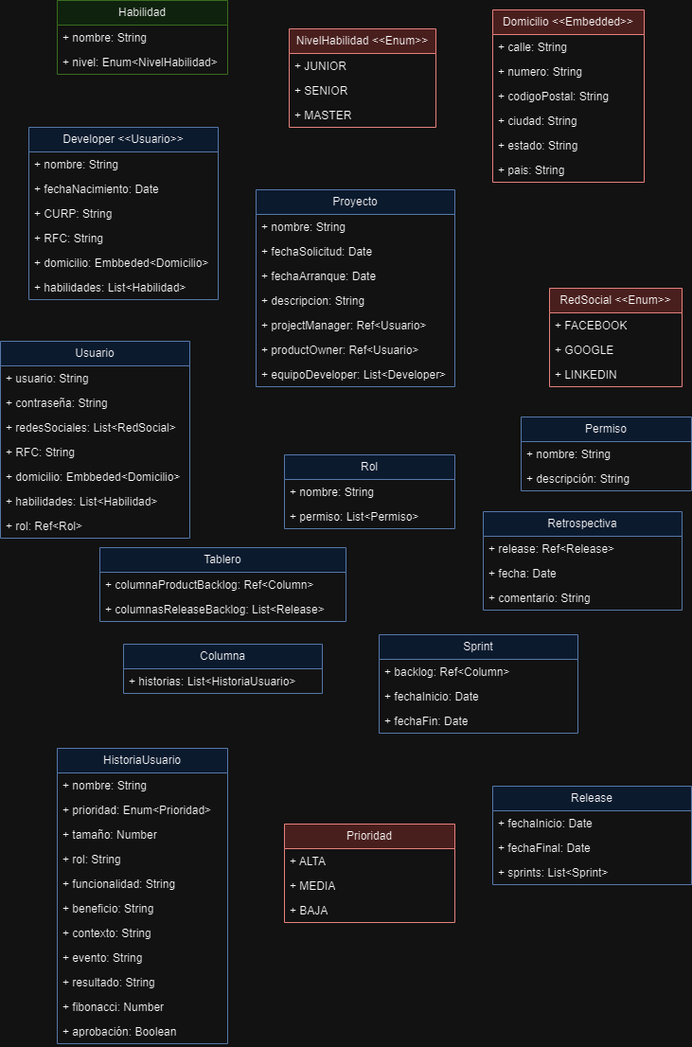
Above: images/diagramadeclases.png in andrea441/proyecto-reto (draw.io), before the change. Source tidied: cells renumbered, new cells last; positions are measured from the earlier drawing's top-left corner, leaving out a move shared by most shapes.
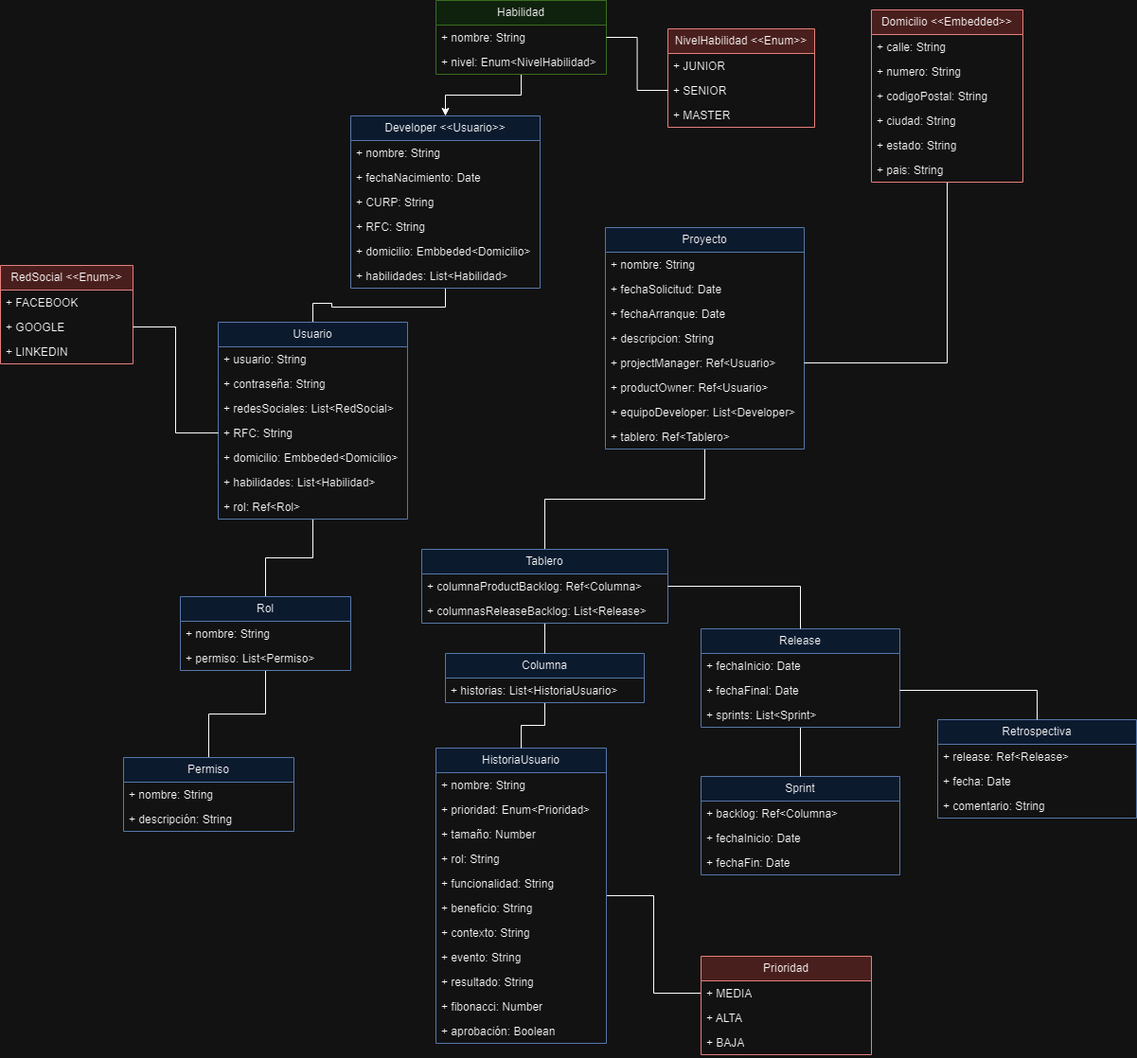
After the change.

What changed in the source:
```diff
@@ -2,8 +2,11 @@
   <root>
     <mxCell id="0" />
     <mxCell id="1" parent="0" />
+    <mxCell id="82" style="edgeStyle=orthogonalEdgeStyle;rounded=0;jettySize=auto;html=1;entryX=0.5;entryY=0;entryDx=0;entryDy=0;endArrow=none;endFill=0;" parent="1" edge="1" source="2" target="75">
+      <mxGeometry relative="1" as="geometry" />
+    </mxCell>
     <mxCell id="2" value="Proyecto" style="swimlane;fontStyle=0;horizontal=1;startSize=26;fillColor=#dae8fc;whiteSpace=wrap;html=1;strokeColor=#6c8ebf;" parent="1" vertex="1">
-      <mxGeometry x="270" y="200" width="210" height="208" as="geometry" />
+      <mxGeometry x="239" y="240" width="210" height="234" as="geometry" />
     </mxCell>
     <mxCell id="3" value="+ nombre: String" style="text;strokeColor=none;fillColor=none;align=left;verticalAlign=top;spacingLeft=4;spacingRight=4;overflow=hidden;whiteSpace=wrap;html=1;" parent="2" vertex="1">
       <mxGeometry y="26" width="210" height="26" as="geometry" />
@@ -26,8 +29,14 @@
     <mxCell id="9" value="+ equipoDeveloper: List&amp;lt;Developer&amp;gt;" style="text;strokeColor=none;fillColor=none;align=left;verticalAlign=top;spacingLeft=4;spacingRight=4;overflow=hidden;whiteSpace=wrap;html=1;" parent="2" vertex="1">
       <mxGeometry y="182" width="210" height="26" as="geometry" />
     </mxCell>
+    <mxCell id="83" value="+ tablero: Ref&amp;lt;Tablero&amp;gt;" style="text;strokeColor=none;fillColor=none;align=left;verticalAlign=top;spacingLeft=4;spacingRight=4;overflow=hidden;whiteSpace=wrap;html=1;" parent="2" vertex="1">
+      <mxGeometry y="208" width="210" height="26" as="geometry" />
+    </mxCell>
+    <mxCell id="84" style="edgeStyle=orthogonalEdgeStyle;rounded=0;jettySize=auto;html=1;entryX=0.5;entryY=0;entryDx=0;entryDy=0;endArrow=none;endFill=0;" parent="1" edge="1" source="10" target="31">
+      <mxGeometry relative="1" as="geometry" />
+    </mxCell>
     <mxCell id="10" value="Developer &amp;lt;&amp;lt;Usuario&amp;gt;&amp;gt;" style="swimlane;fontStyle=0;horizontal=1;startSize=26;fillColor=#dae8fc;whiteSpace=wrap;html=1;strokeColor=#6c8ebf;" parent="1" vertex="1">
-      <mxGeometry x="30" y="134" width="200" height="182" as="geometry" />
+      <mxGeometry x="-30" y="122" width="200" height="182" as="geometry" />
     </mxCell>
     <mxCell id="11" value="+ nombre: String" style="text;strokeColor=none;fillColor=none;align=left;verticalAlign=top;spacingLeft=4;spacingRight=4;overflow=hidden;whiteSpace=wrap;html=1;" parent="10" vertex="1">
       <mxGeometry y="26" width="200" height="26" as="geometry" />
@@ -47,6 +56,9 @@
     <mxCell id="16" value="+ habilidades: List&amp;lt;Habilidad&amp;gt;" style="text;strokeColor=none;fillColor=none;align=left;verticalAlign=top;spacingLeft=4;spacingRight=4;overflow=hidden;whiteSpace=wrap;html=1;" parent="10" vertex="1">
       <mxGeometry y="156" width="200" height="26" as="geometry" />
     </mxCell>
+    <mxCell id="85" style="edgeStyle=orthogonalEdgeStyle;rounded=0;jettySize=auto;html=1;entryX=1;entryY=0.5;entryDx=0;entryDy=0;endArrow=none;endFill=0;" parent="1" edge="1" source="17" target="7">
+      <mxGeometry relative="1" as="geometry" />
+    </mxCell>
     <mxCell id="17" value="Domicilio &amp;lt;&amp;lt;Embedded&amp;gt;&amp;gt;" style="swimlane;fontStyle=0;horizontal=1;startSize=26;fillColor=#f8cecc;whiteSpace=wrap;html=1;strokeColor=#b85450;" parent="1" vertex="1">
       <mxGeometry x="520" y="10" width="160" height="182" as="geometry" />
     </mxCell>
@@ -80,6 +92,9 @@
     <mxCell id="27" value="+ MASTER" style="text;strokeColor=none;fillColor=none;align=left;verticalAlign=top;spacingLeft=4;spacingRight=4;overflow=hidden;whiteSpace=wrap;html=1;" parent="24" vertex="1">
       <mxGeometry y="78" width="155" height="26" as="geometry" />
     </mxCell>
+    <mxCell id="86" style="edgeStyle=orthogonalEdgeStyle;rounded=0;jettySize=auto;html=1;" parent="1" edge="1" source="28" target="10">
+      <mxGeometry relative="1" as="geometry" />
+    </mxCell>
     <mxCell id="28" value="Habilidad" style="swimlane;fontStyle=0;horizontal=1;startSize=26;fillColor=#d5e8d4;whiteSpace=wrap;html=1;strokeColor=#82b366;" parent="1" vertex="1">
       <mxGeometry x="60" width="180" height="78" as="geometry" />
     </mxCell>
@@ -89,8 +104,11 @@
     <mxCell id="30" value="+ nivel: Enum&amp;lt;NivelHabilidad&amp;gt;" style="text;strokeColor=none;fillColor=none;align=left;verticalAlign=top;spacingLeft=4;spacingRight=4;overflow=hidden;whiteSpace=wrap;html=1;" parent="28" vertex="1">
       <mxGeometry y="52" width="180" height="26" as="geometry" />
     </mxCell>
+    <mxCell id="87" style="edgeStyle=orthogonalEdgeStyle;rounded=0;jettySize=auto;html=1;entryX=0.5;entryY=0;entryDx=0;entryDy=0;endArrow=none;endFill=0;" parent="1" edge="1" source="31" target="43">
+      <mxGeometry relative="1" as="geometry" />
+    </mxCell>
     <mxCell id="31" value="Usuario" style="swimlane;fontStyle=0;horizontal=1;startSize=26;fillColor=#dae8fc;whiteSpace=wrap;html=1;strokeColor=#6c8ebf;" parent="1" vertex="1">
-      <mxGeometry y="360" width="200" height="208" as="geometry" />
+      <mxGeometry x="-170" y="340" width="200" height="208" as="geometry" />
     </mxCell>
     <mxCell id="32" value="+ usuario: String" style="text;strokeColor=none;fillColor=none;align=left;verticalAlign=top;spacingLeft=4;spacingRight=4;overflow=hidden;whiteSpace=wrap;html=1;" parent="31" vertex="1">
       <mxGeometry y="26" width="200" height="26" as="geometry" />
@@ -114,7 +132,7 @@
       <mxGeometry y="182" width="200" height="26" as="geometry" />
     </mxCell>
     <mxCell id="39" value="RedSocial &amp;lt;&amp;lt;Enum&amp;gt;&amp;gt;" style="swimlane;fontStyle=0;horizontal=1;startSize=26;fillColor=#f8cecc;whiteSpace=wrap;html=1;strokeColor=#b85450;" parent="1" vertex="1">
-      <mxGeometry x="580" y="304" width="140" height="104" as="geometry" />
+      <mxGeometry x="-400" y="280" width="140" height="104" as="geometry" />
     </mxCell>
     <mxCell id="40" value="+ FACEBOOK" style="text;strokeColor=none;fillColor=none;align=left;verticalAlign=top;spacingLeft=4;spacingRight=4;overflow=hidden;whiteSpace=wrap;html=1;" parent="39" vertex="1">
       <mxGeometry y="26" width="140" height="26" as="geometry" />
@@ -125,8 +143,11 @@
     <mxCell id="42" value="+ LINKEDIN" style="text;strokeColor=none;fillColor=none;align=left;verticalAlign=top;spacingLeft=4;spacingRight=4;overflow=hidden;whiteSpace=wrap;html=1;" parent="39" vertex="1">
       <mxGeometry y="78" width="140" height="26" as="geometry" />
     </mxCell>
+    <mxCell id="88" style="edgeStyle=orthogonalEdgeStyle;rounded=0;jettySize=auto;html=1;entryX=0.5;entryY=0;entryDx=0;entryDy=0;endArrow=none;endFill=0;" parent="1" edge="1" source="43" target="46">
+      <mxGeometry relative="1" as="geometry" />
+    </mxCell>
     <mxCell id="43" value="Rol" style="swimlane;fontStyle=0;horizontal=1;startSize=26;fillColor=#dae8fc;whiteSpace=wrap;html=1;strokeColor=#6c8ebf;" parent="1" vertex="1">
-      <mxGeometry x="300" y="480" width="180" height="78" as="geometry" />
+      <mxGeometry x="-210" y="630" width="180" height="78" as="geometry" />
     </mxCell>
     <mxCell id="44" value="+ nombre: String" style="text;strokeColor=none;fillColor=none;align=left;verticalAlign=top;spacingLeft=4;spacingRight=4;overflow=hidden;whiteSpace=wrap;html=1;" parent="43" vertex="1">
       <mxGeometry y="26" width="180" height="26" as="geometry" />
@@ -135,7 +156,7 @@
       <mxGeometry y="52" width="180" height="26" as="geometry" />
     </mxCell>
     <mxCell id="46" value="Permiso" style="swimlane;fontStyle=0;horizontal=1;startSize=26;fillColor=#dae8fc;whiteSpace=wrap;html=1;strokeColor=#6c8ebf;" parent="1" vertex="1">
-      <mxGeometry x="550" y="440" width="180" height="78" as="geometry" />
+      <mxGeometry x="-270" y="800" width="180" height="78" as="geometry" />
     </mxCell>
     <mxCell id="47" value="+ nombre: String" style="text;strokeColor=none;fillColor=none;align=left;verticalAlign=top;spacingLeft=4;spacingRight=4;overflow=hidden;whiteSpace=wrap;html=1;" parent="46" vertex="1">
       <mxGeometry y="26" width="180" height="26" as="geometry" />
@@ -143,6 +164,9 @@
     <mxCell id="48" value="+ descripción: String" style="text;strokeColor=none;fillColor=none;align=left;verticalAlign=top;spacingLeft=4;spacingRight=4;overflow=hidden;whiteSpace=wrap;html=1;" parent="46" vertex="1">
       <mxGeometry y="52" width="180" height="26" as="geometry" />
     </mxCell>
+    <mxCell id="89" style="edgeStyle=orthogonalEdgeStyle;rounded=0;jettySize=auto;html=1;entryX=0;entryY=0.5;entryDx=0;entryDy=0;endArrow=none;endFill=0;" parent="1" edge="1" source="49" target="63">
+      <mxGeometry relative="1" as="geometry" />
+    </mxCell>
     <mxCell id="49" value="HistoriaUsuario" style="swimlane;fontStyle=0;horizontal=1;startSize=26;fillColor=#dae8fc;whiteSpace=wrap;html=1;strokeColor=#6c8ebf;" parent="1" vertex="1">
       <mxGeometry x="60" y="790" width="180" height="312" as="geometry" />
     </mxCell>
@@ -180,27 +204,30 @@
       <mxGeometry y="286" width="180" height="26" as="geometry" />
     </mxCell>
     <mxCell id="61" value="Prioridad" style="swimlane;fontStyle=0;horizontal=1;startSize=26;fillColor=#f8cecc;whiteSpace=wrap;html=1;strokeColor=#b85450;" parent="1" vertex="1">
-      <mxGeometry x="300" y="870" width="180" height="104" as="geometry" />
+      <mxGeometry x="340" y="1010" width="180" height="104" as="geometry" />
     </mxCell>
+    <mxCell id="63" value="+ MEDIA" style="text;strokeColor=none;fillColor=none;align=left;verticalAlign=top;spacingLeft=4;spacingRight=4;overflow=hidden;points=[[0,0.5],[1,0.5]];portConstraint=eastwest;whiteSpace=wrap;html=1;" parent="61" vertex="1">
+      <mxGeometry y="26" width="180" height="26" as="geometry" />
+    </mxCell>
     <mxCell id="62" value="+ ALTA" style="text;strokeColor=none;fillColor=none;align=left;verticalAlign=top;spacingLeft=4;spacingRight=4;overflow=hidden;whiteSpace=wrap;html=1;" parent="61" vertex="1">
-      <mxGeometry y="26" width="180" height="26" as="geometry" />
+      <mxGeometry y="52" width="180" height="26" as="geometry" />
     </mxCell>
-    <mxCell id="63" value="+ MEDIA" style="text;strokeColor=none;fillColor=none;align=left;verticalAlign=top;spacingLeft=4;spacingRight=4;overflow=hidden;points=[[0,0.5],[1,0.5]];portConstraint=eastwest;whiteSpace=wrap;html=1;" parent="61" vertex="1">
-      <mxGeometry y="52" width="180" height="26" as="geometry" />
-    </mxCell>
     <mxCell id="64" value="+ BAJA" style="text;strokeColor=none;fillColor=none;align=left;verticalAlign=top;spacingLeft=4;spacingRight=4;overflow=hidden;whiteSpace=wrap;html=1;" parent="61" vertex="1">
       <mxGeometry y="78" width="180" height="26" as="geometry" />
     </mxCell>
+    <mxCell id="90" style="edgeStyle=orthogonalEdgeStyle;rounded=0;jettySize=auto;html=1;endArrow=none;endFill=0;" parent="1" edge="1" source="65" target="49">
+      <mxGeometry relative="1" as="geometry" />
+    </mxCell>
     <mxCell id="65" value="Columna" style="swimlane;fontStyle=0;horizontal=1;startSize=26;fillColor=#dae8fc;whiteSpace=wrap;html=1;strokeColor=#6c8ebf;" parent="1" vertex="1">
-      <mxGeometry x="130" y="680" width="210" height="52" as="geometry" />
+      <mxGeometry x="70" y="690" width="210" height="52" as="geometry" />
     </mxCell>
     <mxCell id="66" value="+ historias: List&amp;lt;HistoriaUsuario&amp;gt;" style="text;strokeColor=none;fillColor=none;align=left;verticalAlign=top;spacingLeft=4;spacingRight=4;overflow=hidden;whiteSpace=wrap;html=1;" parent="65" vertex="1">
       <mxGeometry y="26" width="210" height="26" as="geometry" />
     </mxCell>
     <mxCell id="67" value="Sprint" style="swimlane;fontStyle=0;horizontal=1;startSize=26;fillColor=#dae8fc;whiteSpace=wrap;html=1;strokeColor=#6c8ebf;" parent="1" vertex="1">
-      <mxGeometry x="400" y="670" width="210" height="104" as="geometry" />
+      <mxGeometry x="340" y="820" width="210" height="104" as="geometry" />
     </mxCell>
-    <mxCell id="68" value="+ backlog: Ref&amp;lt;Column&amp;gt;" style="text;strokeColor=none;fillColor=none;align=left;verticalAlign=top;spacingLeft=4;spacingRight=4;overflow=hidden;whiteSpace=wrap;html=1;" parent="67" vertex="1">
+    <mxCell id="68" value="+ backlog: Ref&amp;lt;Columna&amp;gt;" style="text;strokeColor=none;fillColor=none;align=left;verticalAlign=top;spacingLeft=4;spacingRight=4;overflow=hidden;whiteSpace=wrap;html=1;" parent="67" vertex="1">
       <mxGeometry y="26" width="210" height="26" as="geometry" />
     </mxCell>
     <mxCell id="69" value="+ fechaInicio: Date" style="text;strokeColor=none;fillColor=none;align=left;verticalAlign=top;spacingLeft=4;spacingRight=4;overflow=hidden;whiteSpace=wrap;html=1;" parent="67" vertex="1">
@@ -209,8 +236,11 @@
     <mxCell id="70" value="+ fechaFin: Date" style="text;strokeColor=none;fillColor=none;align=left;verticalAlign=top;spacingLeft=4;spacingRight=4;overflow=hidden;whiteSpace=wrap;html=1;" parent="67" vertex="1">
       <mxGeometry y="78" width="210" height="26" as="geometry" />
     </mxCell>
+    <mxCell id="91" style="edgeStyle=orthogonalEdgeStyle;rounded=0;jettySize=auto;html=1;endArrow=none;endFill=0;" parent="1" edge="1" source="71" target="67">
+      <mxGeometry relative="1" as="geometry" />
+    </mxCell>
     <mxCell id="71" value="Release" style="swimlane;fontStyle=0;horizontal=1;startSize=26;fillColor=#dae8fc;whiteSpace=wrap;html=1;strokeColor=#6c8ebf;" parent="1" vertex="1">
-      <mxGeometry x="520" y="830" width="210" height="104" as="geometry" />
+      <mxGeometry x="340" y="664" width="210" height="104" as="geometry" />
     </mxCell>
     <mxCell id="72" value="+ fechaInicio: Date" style="text;strokeColor=none;fillColor=none;align=left;verticalAlign=top;spacingLeft=4;spacingRight=4;overflow=hidden;whiteSpace=wrap;html=1;" parent="71" vertex="1">
       <mxGeometry y="26" width="210" height="26" as="geometry" />
@@ -221,17 +251,20 @@
     <mxCell id="74" value="+ sprints: List&amp;lt;Sprint&amp;gt;" style="text;strokeColor=none;fillColor=none;align=left;verticalAlign=top;spacingLeft=4;spacingRight=4;overflow=hidden;whiteSpace=wrap;html=1;" parent="71" vertex="1">
       <mxGeometry y="78" width="210" height="26" as="geometry" />
     </mxCell>
+    <mxCell id="92" style="edgeStyle=orthogonalEdgeStyle;rounded=0;jettySize=auto;html=1;endArrow=none;endFill=0;" parent="1" edge="1" source="75" target="65">
+      <mxGeometry relative="1" as="geometry" />
+    </mxCell>
     <mxCell id="75" value="Tablero" style="swimlane;fontStyle=0;horizontal=1;startSize=26;fillColor=#dae8fc;whiteSpace=wrap;html=1;strokeColor=#6c8ebf;" parent="1" vertex="1">
-      <mxGeometry x="105" y="578" width="260" height="78" as="geometry" />
+      <mxGeometry x="45" y="580" width="260" height="78" as="geometry" />
     </mxCell>
-    <mxCell id="76" value="+ columnaProductBacklog: Ref&amp;lt;Column&amp;gt;" style="text;strokeColor=none;fillColor=none;align=left;verticalAlign=top;spacingLeft=4;spacingRight=4;overflow=hidden;points=[[0,0.5],[1,0.5]];portConstraint=eastwest;whiteSpace=wrap;html=1;" parent="75" vertex="1">
+    <mxCell id="76" value="+ columnaProductBacklog: Ref&amp;lt;Columna&amp;gt;" style="text;strokeColor=none;fillColor=none;align=left;verticalAlign=top;spacingLeft=4;spacingRight=4;overflow=hidden;points=[[0,0.5],[1,0.5]];portConstraint=eastwest;whiteSpace=wrap;html=1;" parent="75" vertex="1">
       <mxGeometry y="26" width="260" height="26" as="geometry" />
     </mxCell>
     <mxCell id="77" value="+ columnasReleaseBacklog: List&amp;lt;Release&amp;gt;" style="text;strokeColor=none;fillColor=none;align=left;verticalAlign=top;spacingLeft=4;spacingRight=4;overflow=hidden;whiteSpace=wrap;html=1;" parent="75" vertex="1">
       <mxGeometry y="52" width="260" height="26" as="geometry" />
     </mxCell>
     <mxCell id="78" value="Retrospectiva" style="swimlane;fontStyle=0;horizontal=1;startSize=26;fillColor=#dae8fc;whiteSpace=wrap;html=1;strokeColor=#6c8ebf;" parent="1" vertex="1">
-      <mxGeometry x="510" y="540" width="210" height="104" as="geometry" />
+      <mxGeometry x="590" y="760" width="210" height="104" as="geometry" />
     </mxCell>
     <mxCell id="79" value="+ release: Ref&amp;lt;Release&amp;gt;" style="text;strokeColor=none;fillColor=none;align=left;verticalAlign=top;spacingLeft=4;spacingRight=4;overflow=hidden;whiteSpace=wrap;html=1;" parent="78" vertex="1">
       <mxGeometry y="26" width="210" height="26" as="geometry" />
@@ -242,5 +275,17 @@
     <mxCell id="81" value="+ comentario: String" style="text;strokeColor=none;fillColor=none;align=left;verticalAlign=top;spacingLeft=4;spacingRight=4;overflow=hidden;whiteSpace=wrap;html=1;" parent="78" vertex="1">
       <mxGeometry y="78" width="210" height="26" as="geometry" />
     </mxCell>
+    <mxCell id="93" style="edgeStyle=orthogonalEdgeStyle;rounded=0;jettySize=auto;html=1;entryX=0.5;entryY=0;entryDx=0;entryDy=0;endArrow=none;endFill=0;" parent="1" edge="1" source="76" target="71">
+      <mxGeometry relative="1" as="geometry" />
+    </mxCell>
+    <mxCell id="94" style="edgeStyle=orthogonalEdgeStyle;rounded=0;jettySize=auto;html=1;entryX=0.5;entryY=0;entryDx=0;entryDy=0;endArrow=none;endFill=0;" parent="1" edge="1" source="73" target="78">
+      <mxGeometry relative="1" as="geometry" />
+    </mxCell>
+    <mxCell id="95" style="edgeStyle=orthogonalEdgeStyle;rounded=0;jettySize=auto;html=1;exitX=0;exitY=0.5;exitDx=0;exitDy=0;entryX=1;entryY=0.5;entryDx=0;entryDy=0;endArrow=none;endFill=0;" parent="1" edge="1" source="35" target="41">
+      <mxGeometry relative="1" as="geometry" />
+    </mxCell>
+    <mxCell id="96" style="edgeStyle=orthogonalEdgeStyle;rounded=0;jettySize=auto;html=1;exitX=1;exitY=0.5;exitDx=0;exitDy=0;entryX=0;entryY=0.5;entryDx=0;entryDy=0;endArrow=none;endFill=0;" parent="1" edge="1" source="29" target="26">
+      <mxGeometry relative="1" as="geometry" />
+    </mxCell>
   </root>
 </mxGraphModel>
```
